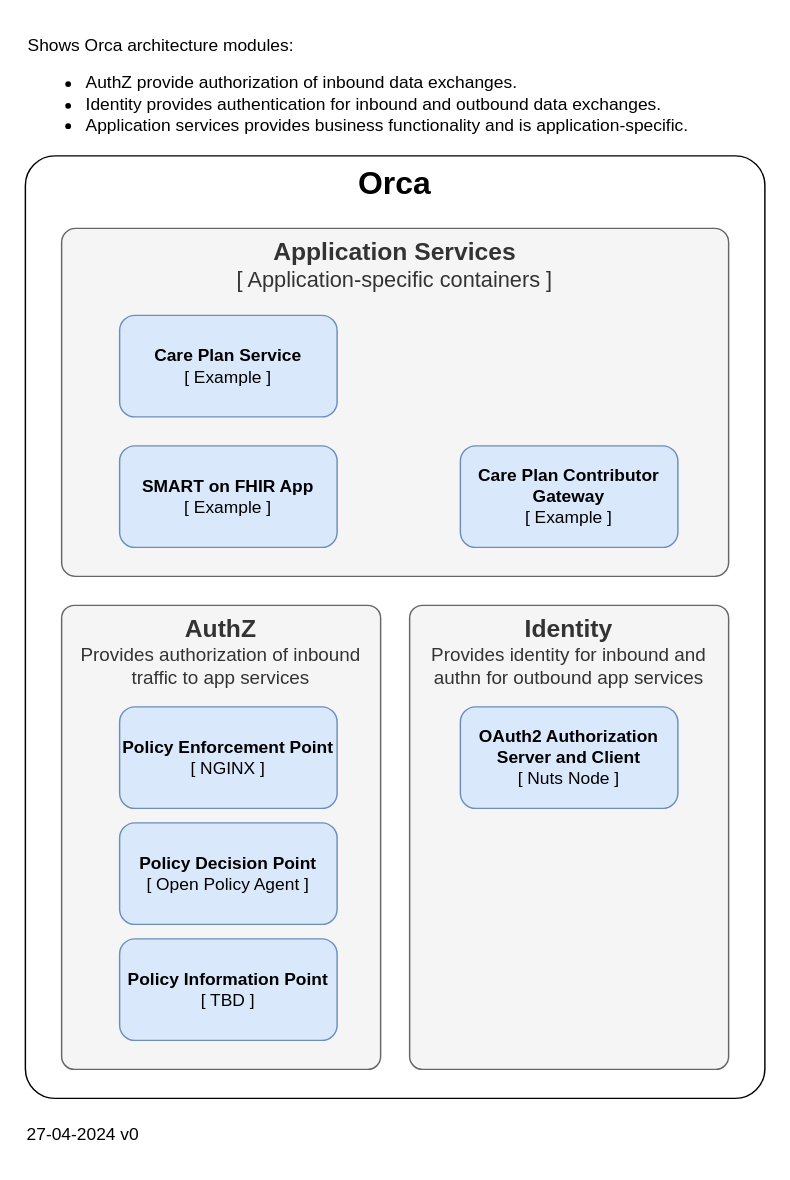
This is page "ORCA Architecture" (1 of 3) of docs/Orca Architectural Diagrams.drawio from SanteonNL/orca, a draw.io file, before an edit. Source tidied: cells renumbered, new cells numbered last; positions are measured from the earlier drawing's top-left corner, leaving out a move shared by most shapes. Both pictures are drawn from the tidied source at 145%, with x=0, y=0 at pixel (25, 25).
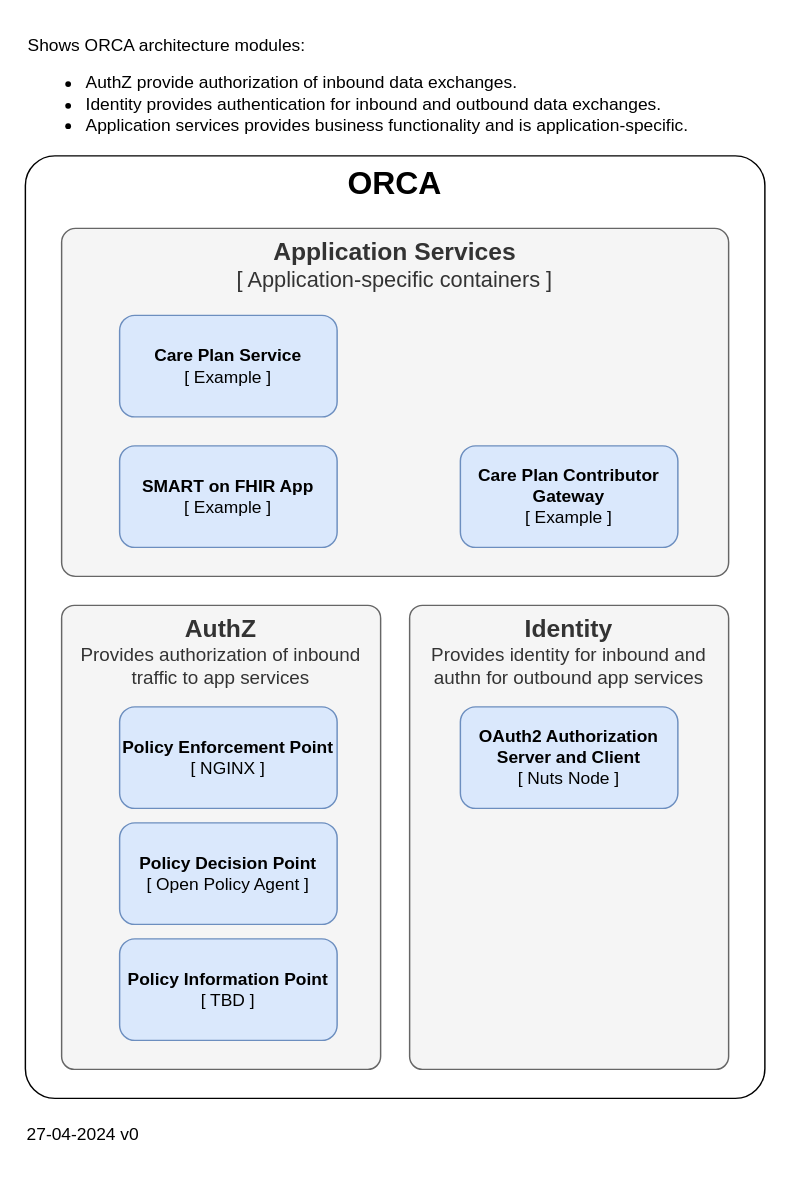
The same diagram, later.

What changed in the source:
```diff
@@
 <mxGraphModel>
   <root>
     <mxCell id="0" />
     <mxCell id="1" parent="0" />
-    <mxCell id="2" value="&lt;b&gt;Orca&lt;/b&gt;" style="rounded=1;whiteSpace=wrap;html=1;arcSize=4;shadow=0;verticalAlign=top;fontSize=22;" parent="1" vertex="1">
+    <mxCell id="2" value="&lt;b&gt;ORCA&lt;/b&gt;" style="rounded=1;whiteSpace=wrap;html=1;arcSize=4;shadow=0;verticalAlign=top;fontSize=22;" parent="1" vertex="1">
       <mxGeometry y="90" width="510" height="650" as="geometry" />
     </mxCell>
     <mxCell id="3" value="&lt;b&gt;&lt;font style=&quot;font-size: 17px;&quot;&gt;AuthZ&lt;/font&gt;&lt;/b&gt;&lt;div&gt;&lt;font style=&quot;font-size: 13px;&quot;&gt;Provides authorization of inbound traffic to app services&lt;/font&gt;&lt;/div&gt;" style="rounded=1;whiteSpace=wrap;html=1;fillColor=#f5f5f5;fontColor=#333333;strokeColor=#666666;verticalAlign=top;arcSize=4;" parent="1" vertex="1">
       <mxGeometry x="25" y="400" width="220" height="320" as="geometry" />
     </mxCell>
     <mxCell id="4" value="Policy Enforcement Point&lt;br&gt;&lt;span style=&quot;font-weight: normal;&quot;&gt;[ NGINX ]&lt;/span&gt;" style="rounded=1;whiteSpace=wrap;html=1;fillColor=#dae8fc;strokeColor=#6c8ebf;fontStyle=1;" parent="1" vertex="1">
       <mxGeometry x="65" y="470" width="150" height="70" as="geometry" />
     </mxCell>
     <mxCell id="5" value="Policy Decision Point&lt;div&gt;&lt;span style=&quot;font-weight: normal;&quot;&gt;[ Open Policy Agent ]&lt;/span&gt;&lt;/div&gt;" style="rounded=1;whiteSpace=wrap;html=1;fillColor=#dae8fc;strokeColor=#6c8ebf;fontStyle=1;" parent="1" vertex="1">
       <mxGeometry x="65" y="550" width="150" height="70" as="geometry" />
     </mxCell>
     <mxCell id="6" value="Policy Information Point&lt;div&gt;&lt;span style=&quot;font-weight: normal;&quot;&gt;[ TBD ]&lt;/span&gt;&lt;/div&gt;" style="rounded=1;whiteSpace=wrap;html=1;fillColor=#dae8fc;strokeColor=#6c8ebf;fontStyle=1;" parent="1" vertex="1">
       <mxGeometry x="65" y="630" width="150" height="70" as="geometry" />
     </mxCell>
     <mxCell id="7" value="&lt;b&gt;&lt;font style=&quot;font-size: 17px;&quot;&gt;Identity&lt;/font&gt;&lt;/b&gt;&lt;div&gt;&lt;font style=&quot;font-size: 13px;&quot;&gt;Provides identity for inbound and authn for outbound app services&lt;/font&gt;&lt;/div&gt;" style="rounded=1;whiteSpace=wrap;html=1;fillColor=#f5f5f5;fontColor=#333333;strokeColor=#666666;verticalAlign=top;glass=0;arcSize=4;" parent="1" vertex="1">
       <mxGeometry x="265" y="400" width="220" height="320" as="geometry" />
     </mxCell>
     <mxCell id="8" value="OAuth2 Authorization Server and Client&lt;div&gt;&lt;span style=&quot;font-weight: normal;&quot;&gt;[ Nuts Node ]&lt;/span&gt;&lt;/div&gt;" style="rounded=1;whiteSpace=wrap;html=1;fillColor=#dae8fc;strokeColor=#6c8ebf;fontStyle=1;" parent="1" vertex="1">
       <mxGeometry x="300" y="470" width="150" height="70" as="geometry" />
     </mxCell>
     <mxCell id="9" value="&lt;b&gt;&lt;font style=&quot;font-size: 17px;&quot;&gt;Application Services&lt;/font&gt;&lt;/b&gt;&lt;div&gt;&lt;font style=&quot;font-size: 15px;&quot;&gt;[ Application-specific containers ]&lt;/font&gt;&lt;/div&gt;" style="rounded=1;whiteSpace=wrap;html=1;fillColor=#f5f5f5;fontColor=#333333;strokeColor=#666666;verticalAlign=top;arcSize=4;" parent="1" vertex="1">
       <mxGeometry x="25" y="140" width="460" height="240" as="geometry" />
     </mxCell>
     <mxCell id="10" value="Care Plan Service&lt;br&gt;&lt;span style=&quot;font-weight: normal;&quot;&gt;[ Example ]&lt;/span&gt;" style="rounded=1;whiteSpace=wrap;html=1;fillColor=#dae8fc;strokeColor=#6c8ebf;fontStyle=1;" parent="1" vertex="1">
       <mxGeometry x="65" y="200" width="150" height="70" as="geometry" />
     </mxCell>
     <mxCell id="11" value="SMART on FHIR App&lt;br&gt;&lt;span style=&quot;font-weight: normal;&quot;&gt;[ Example ]&lt;/span&gt;" style="rounded=1;whiteSpace=wrap;html=1;fillColor=#dae8fc;strokeColor=#6c8ebf;fontStyle=1;" parent="1" vertex="1">
       <mxGeometry x="65" y="290" width="150" height="70" as="geometry" />
     </mxCell>
     <mxCell id="12" value="Care Plan Contributor Gateway&lt;br&gt;&lt;span style=&quot;font-weight: normal;&quot;&gt;[ Example ]&lt;/span&gt;" style="rounded=1;whiteSpace=wrap;html=1;fillColor=#dae8fc;strokeColor=#6c8ebf;fontStyle=1;" parent="1" vertex="1">
       <mxGeometry x="300" y="290" width="150" height="70" as="geometry" />
     </mxCell>
-    <mxCell id="13" value="Shows Orca architecture modules:&lt;div&gt;&lt;ul&gt;&lt;li&gt;AuthZ provide authorization of inbound data exchanges.&lt;/li&gt;&lt;li&gt;Identity provides authentication for inbound and outbound data exchanges.&lt;/li&gt;&lt;li&gt;Application services provides business functionality and is application-specific.&lt;/li&gt;&lt;/ul&gt;&lt;/div&gt;" style="text;html=1;align=left;verticalAlign=top;whiteSpace=wrap;rounded=0;" parent="1" vertex="1">
+    <mxCell id="13" value="Shows ORCA architecture modules:&lt;div&gt;&lt;ul&gt;&lt;li&gt;AuthZ provide authorization of inbound data exchanges.&lt;/li&gt;&lt;li&gt;Identity provides authentication for inbound and outbound data exchanges.&lt;/li&gt;&lt;li&gt;Application services provides business functionality and is application-specific.&lt;/li&gt;&lt;/ul&gt;&lt;/div&gt;" style="text;html=1;align=left;verticalAlign=top;whiteSpace=wrap;rounded=0;" parent="1" vertex="1">
       <mxGeometry width="505" height="80" as="geometry" />
     </mxCell>
     <mxCell id="14" value="27-04-2024 v0" style="text;html=1;align=center;verticalAlign=middle;whiteSpace=wrap;rounded=0;" parent="1" vertex="1">
       <mxGeometry y="750" width="80" height="30" as="geometry" />
     </mxCell>
   </root>
 </mxGraphModel>
```
